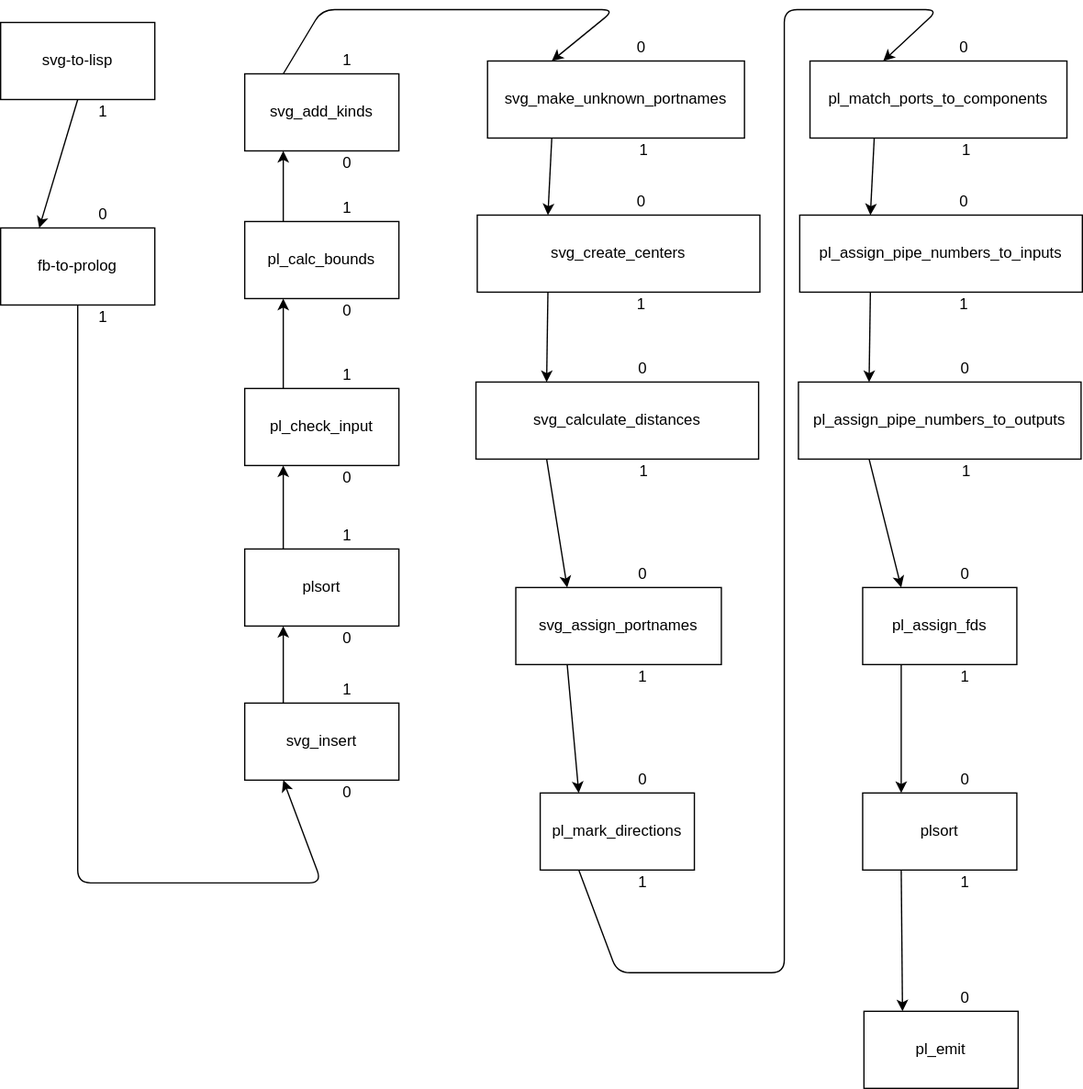
bmfbp/bmfbp keeps this draw.io diagram as svg/svg_compiler.svg. Above is the earlier version. Source tidied: cells renumbered, new cells last; positions are measured from the earlier drawing's top-left corner, leaving out a move shared by most shapes.
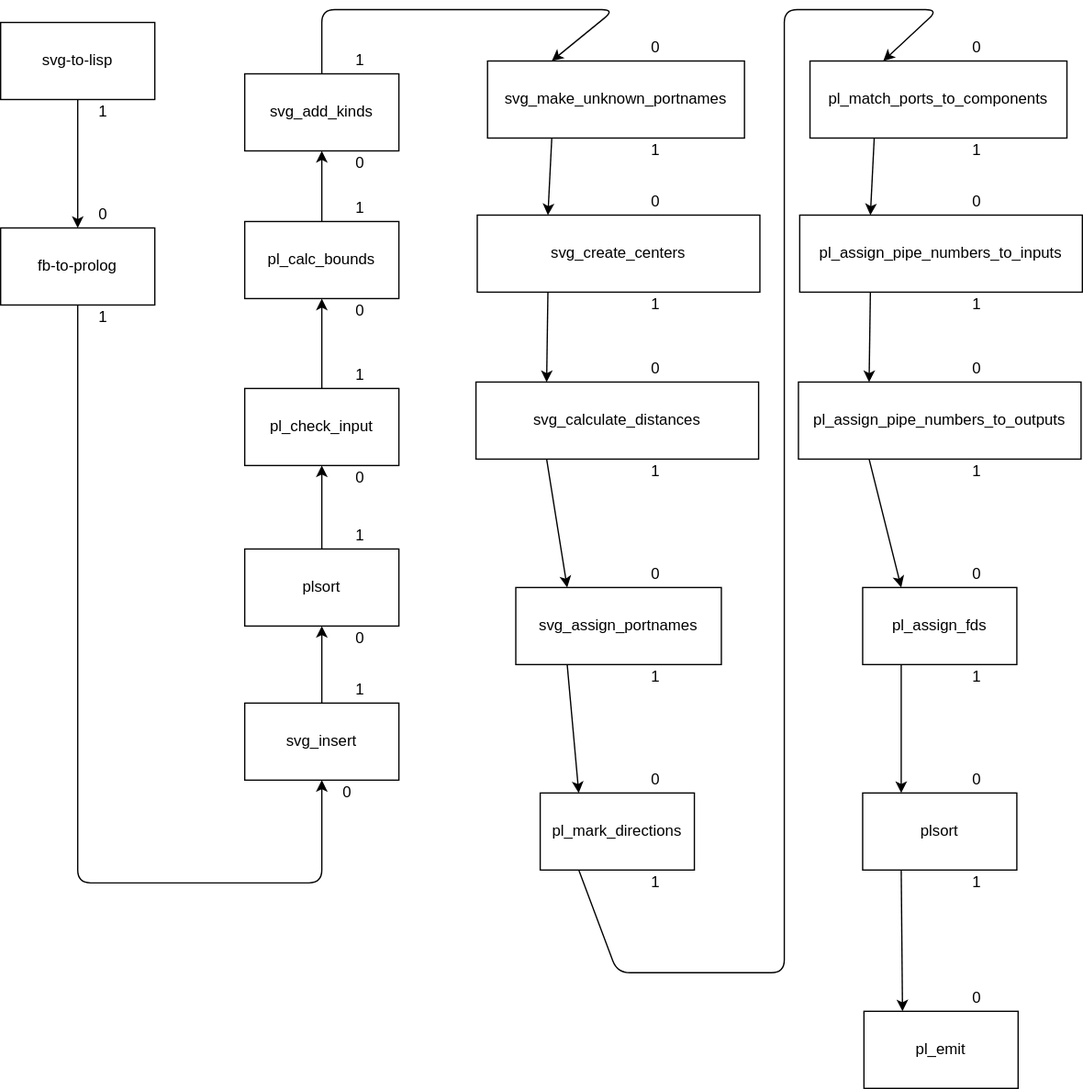
Above is the later version.

Commit message:
wip: modifying diagram to avoid arrow conflicts

Diff of the diagram source:
```diff
@@ -38,43 +38,43 @@
       <mxGeometry relative="1" as="geometry" />
     </mxCell>
     <mxCell id="13" value="1" style="text;strokeColor=none;fillColor=none;align=center;verticalAlign=middle;rounded=0;" parent="1" vertex="1">
-      <mxGeometry x="250" y="145" width="40" height="20" as="geometry" />
+      <mxGeometry x="260" y="145" width="40" height="20" as="geometry" />
     </mxCell>
     <mxCell id="14" value="0" style="text;strokeColor=none;fillColor=none;align=center;verticalAlign=middle;rounded=0;" parent="1" vertex="1">
-      <mxGeometry x="479" y="20" width="40" height="20" as="geometry" />
+      <mxGeometry x="490" y="20" width="40" height="20" as="geometry" />
     </mxCell>
     <mxCell id="15" value="1" style="text;strokeColor=none;fillColor=none;align=center;verticalAlign=middle;rounded=0;" parent="1" vertex="1">
-      <mxGeometry x="250" y="520" width="40" height="20" as="geometry" />
+      <mxGeometry x="260" y="520" width="40" height="20" as="geometry" />
     </mxCell>
     <mxCell id="16" value="0" style="text;strokeColor=none;fillColor=none;align=center;verticalAlign=middle;rounded=0;" parent="1" vertex="1">
-      <mxGeometry x="479" y="140" width="40" height="20" as="geometry" />
+      <mxGeometry x="490" y="140" width="40" height="20" as="geometry" />
     </mxCell>
     <mxCell id="17" value="0" style="text;strokeColor=none;fillColor=none;align=center;verticalAlign=middle;rounded=0;" parent="1" vertex="1">
-      <mxGeometry x="480" y="270" width="40" height="20" as="geometry" />
+      <mxGeometry x="490" y="270" width="40" height="20" as="geometry" />
     </mxCell>
     <mxCell id="18" value="0" style="text;strokeColor=none;fillColor=none;align=center;verticalAlign=middle;rounded=0;" parent="1" vertex="1">
-      <mxGeometry x="480" y="430" width="40" height="20" as="geometry" />
+      <mxGeometry x="490" y="430" width="40" height="20" as="geometry" />
     </mxCell>
     <mxCell id="19" value="0" style="text;strokeColor=none;fillColor=none;align=center;verticalAlign=middle;rounded=0;" parent="1" vertex="1">
-      <mxGeometry x="480" y="590" width="40" height="20" as="geometry" />
+      <mxGeometry x="490" y="590" width="40" height="20" as="geometry" />
     </mxCell>
     <mxCell id="20" value="1" style="text;strokeColor=none;fillColor=none;align=center;verticalAlign=middle;rounded=0;" parent="1" vertex="1">
-      <mxGeometry x="481" y="350" width="40" height="20" as="geometry" />
+      <mxGeometry x="490" y="350" width="40" height="20" as="geometry" />
     </mxCell>
     <mxCell id="21" value="1" style="text;strokeColor=none;fillColor=none;align=center;verticalAlign=middle;rounded=0;" parent="1" vertex="1">
       <mxGeometry x="60" y="70" width="40" height="20" as="geometry" />
     </mxCell>
     <mxCell id="22" value="0" style="text;strokeColor=none;fillColor=none;align=center;verticalAlign=middle;rounded=0;" parent="1" vertex="1">
-      <mxGeometry x="250" y="225" width="40" height="20" as="geometry" />
+      <mxGeometry x="260" y="225" width="40" height="20" as="geometry" />
     </mxCell>
     <mxCell id="23" value="1" style="text;strokeColor=none;fillColor=none;align=center;verticalAlign=middle;rounded=0;" parent="1" vertex="1">
-      <mxGeometry x="479" y="220" width="40" height="20" as="geometry" />
+      <mxGeometry x="490" y="220" width="40" height="20" as="geometry" />
     </mxCell>
     <mxCell id="24" value="1" style="text;strokeColor=none;fillColor=none;align=center;verticalAlign=middle;rounded=0;" parent="1" vertex="1">
-      <mxGeometry x="480" y="510" width="40" height="20" as="geometry" />
+      <mxGeometry x="490" y="510" width="40" height="20" as="geometry" />
     </mxCell>
     <mxCell id="25" value="1" style="text;strokeColor=none;fillColor=none;align=center;verticalAlign=middle;rounded=0;" parent="1" vertex="1">
-      <mxGeometry x="481" y="100" width="40" height="20" as="geometry" />
+      <mxGeometry x="490" y="100" width="40" height="20" as="geometry" />
     </mxCell>
     <mxCell id="26" value="0" style="text;strokeColor=none;fillColor=none;align=center;verticalAlign=middle;rounded=0;" parent="1" vertex="1">
       <mxGeometry x="250" y="600" width="40" height="20" as="geometry" />
@@ -86,19 +86,19 @@
       <mxGeometry x="190" y="420" width="120" height="60" as="geometry" />
     </mxCell>
     <mxCell id="29" value="1" style="text;strokeColor=none;fillColor=none;align=center;verticalAlign=middle;rounded=0;" parent="1" vertex="1">
-      <mxGeometry x="250" y="400" width="40" height="20" as="geometry" />
+      <mxGeometry x="260" y="400" width="40" height="20" as="geometry" />
     </mxCell>
     <mxCell id="30" value="0" style="text;strokeColor=none;fillColor=none;align=center;verticalAlign=middle;rounded=0;" parent="1" vertex="1">
-      <mxGeometry x="250" y="355" width="40" height="20" as="geometry" />
+      <mxGeometry x="260" y="355" width="40" height="20" as="geometry" />
     </mxCell>
     <mxCell id="31" value="0" style="text;strokeColor=none;fillColor=none;align=center;verticalAlign=middle;rounded=0;" parent="1" vertex="1">
-      <mxGeometry x="250" y="480" width="40" height="20" as="geometry" />
+      <mxGeometry x="260" y="480" width="40" height="20" as="geometry" />
     </mxCell>
     <mxCell id="32" value="1" style="text;strokeColor=none;fillColor=none;align=center;verticalAlign=middle;rounded=0;" parent="1" vertex="1">
-      <mxGeometry x="250" y="275" width="40" height="20" as="geometry" />
+      <mxGeometry x="260" y="275" width="40" height="20" as="geometry" />
     </mxCell>
     <mxCell id="33" value="1" style="text;strokeColor=none;fillColor=none;align=center;verticalAlign=middle;rounded=0;" parent="1" vertex="1">
-      <mxGeometry x="480" y="670" width="40" height="20" as="geometry" />
+      <mxGeometry x="490" y="670" width="40" height="20" as="geometry" />
     </mxCell>
     <mxCell id="34" value="fb-to-prolog" style="rounded=0;" parent="1" vertex="1">
       <mxGeometry y="170" width="120" height="60" as="geometry" />
@@ -113,9 +113,9 @@
       <mxGeometry x="60" y="230" width="40" height="20" as="geometry" />
     </mxCell>
     <mxCell id="38" value="0" style="text;strokeColor=none;fillColor=none;align=center;verticalAlign=middle;rounded=0;" parent="1" vertex="1">
-      <mxGeometry x="250" y="110" width="40" height="20" as="geometry" />
+      <mxGeometry x="260" y="110" width="40" height="20" as="geometry" />
     </mxCell>
-    <mxCell id="39" style="endArrow=classic;html=1;exitX=0.5;exitY=1;entryX=0.25;entryY=0;" parent="1" edge="1" source="2" target="34">
+    <mxCell id="39" style="endArrow=classic;html=1;exitX=0.5;exitY=1;entryX=0.5;entryY=0;" parent="1" edge="1" source="2" target="34">
       <mxGeometry relative="1" as="geometry" />
     </mxCell>
     <mxCell id="40" value="pl_match_ports_to_components" style="rounded=0;" parent="1" vertex="1">
@@ -143,31 +143,31 @@
       <mxGeometry relative="1" as="geometry" />
     </mxCell>
     <mxCell id="48" value="0" style="text;strokeColor=none;fillColor=none;align=center;verticalAlign=middle;rounded=0;" parent="1" vertex="1">
-      <mxGeometry x="730" y="20" width="40" height="20" as="geometry" />
+      <mxGeometry x="740" y="20" width="40" height="20" as="geometry" />
     </mxCell>
     <mxCell id="49" value="0" style="text;strokeColor=none;fillColor=none;align=center;verticalAlign=middle;rounded=0;" parent="1" vertex="1">
-      <mxGeometry x="730" y="140" width="40" height="20" as="geometry" />
+      <mxGeometry x="740" y="140" width="40" height="20" as="geometry" />
     </mxCell>
     <mxCell id="50" value="0" style="text;strokeColor=none;fillColor=none;align=center;verticalAlign=middle;rounded=0;" parent="1" vertex="1">
-      <mxGeometry x="731" y="270" width="40" height="20" as="geometry" />
+      <mxGeometry x="740" y="270" width="40" height="20" as="geometry" />
     </mxCell>
     <mxCell id="51" value="0" style="text;strokeColor=none;fillColor=none;align=center;verticalAlign=middle;rounded=0;" parent="1" vertex="1">
-      <mxGeometry x="731" y="430" width="40" height="20" as="geometry" />
+      <mxGeometry x="740" y="430" width="40" height="20" as="geometry" />
     </mxCell>
     <mxCell id="52" value="0" style="text;strokeColor=none;fillColor=none;align=center;verticalAlign=middle;rounded=0;" parent="1" vertex="1">
-      <mxGeometry x="731" y="590" width="40" height="20" as="geometry" />
+      <mxGeometry x="740" y="590" width="40" height="20" as="geometry" />
     </mxCell>
     <mxCell id="53" value="1" style="text;strokeColor=none;fillColor=none;align=center;verticalAlign=middle;rounded=0;" parent="1" vertex="1">
-      <mxGeometry x="732" y="350" width="40" height="20" as="geometry" />
+      <mxGeometry x="740" y="350" width="40" height="20" as="geometry" />
     </mxCell>
     <mxCell id="54" value="1" style="text;strokeColor=none;fillColor=none;align=center;verticalAlign=middle;rounded=0;" parent="1" vertex="1">
-      <mxGeometry x="730" y="220" width="40" height="20" as="geometry" />
+      <mxGeometry x="740" y="220" width="40" height="20" as="geometry" />
     </mxCell>
     <mxCell id="55" value="1" style="text;strokeColor=none;fillColor=none;align=center;verticalAlign=middle;rounded=0;" parent="1" vertex="1">
-      <mxGeometry x="731" y="510" width="40" height="20" as="geometry" />
+      <mxGeometry x="740" y="510" width="40" height="20" as="geometry" />
     </mxCell>
     <mxCell id="56" value="1" style="text;strokeColor=none;fillColor=none;align=center;verticalAlign=middle;rounded=0;" parent="1" vertex="1">
-      <mxGeometry x="732" y="100" width="40" height="20" as="geometry" />
+      <mxGeometry x="740" y="100" width="40" height="20" as="geometry" />
     </mxCell>
     <mxCell id="57" value="pl_emit" style="rounded=0;" parent="1" vertex="1">
       <mxGeometry x="672" y="780" width="120" height="60" as="geometry" />
@@ -176,15 +176,15 @@
       <mxGeometry relative="1" as="geometry" />
     </mxCell>
     <mxCell id="59" value="1" style="text;strokeColor=none;fillColor=none;align=center;verticalAlign=middle;rounded=0;" parent="1" vertex="1">
-      <mxGeometry x="731" y="670" width="40" height="20" as="geometry" />
+      <mxGeometry x="740" y="670" width="40" height="20" as="geometry" />
     </mxCell>
     <mxCell id="60" value="0" style="text;strokeColor=none;fillColor=none;align=center;verticalAlign=middle;rounded=0;" parent="1" vertex="1">
-      <mxGeometry x="731" y="760" width="40" height="20" as="geometry" />
+      <mxGeometry x="740" y="760" width="40" height="20" as="geometry" />
     </mxCell>
     <mxCell id="61" value="1" style="text;strokeColor=none;fillColor=none;align=center;verticalAlign=middle;rounded=0;" parent="1" vertex="1">
-      <mxGeometry x="250" y="30" width="40" height="20" as="geometry" />
+      <mxGeometry x="260" y="30" width="40" height="20" as="geometry" />
     </mxCell>
-    <mxCell id="62" style="endArrow=classic;html=1;entryX=0.25;entryY=1;exitX=0.5;exitY=1;" parent="1" edge="1" source="34" target="4">
+    <mxCell id="62" style="endArrow=classic;html=1;entryX=0.5;entryY=1;exitX=0.5;exitY=1;" parent="1" edge="1" source="34" target="4">
       <mxGeometry relative="1" as="geometry">
         <Array as="points">
           <mxPoint x="60" y="680" />
@@ -192,7 +192,7 @@
         </Array>
       </mxGeometry>
     </mxCell>
-    <mxCell id="63" style="endArrow=classic;html=1;exitX=0.25;exitY=0;entryX=0.25;entryY=0;" parent="1" edge="1" source="35" target="5">
+    <mxCell id="63" style="endArrow=classic;html=1;exitX=0.5;exitY=0;entryX=0.25;entryY=0;" parent="1" edge="1" source="35" target="5">
       <mxGeometry relative="1" as="geometry">
         <Array as="points">
           <mxPoint x="250" />
@@ -216,16 +216,16 @@
     <mxCell id="66" style="endArrow=classic;html=1;entryX=0.25;entryY=0;exitX=0.25;exitY=1;" parent="1" edge="1" source="40" target="41">
       <mxGeometry relative="1" as="geometry" />
     </mxCell>
-    <mxCell id="67" style="endArrow=classic;html=1;exitX=0.25;exitY=0;entryX=0.25;entryY=1;" parent="1" edge="1" source="27" target="3">
+    <mxCell id="67" style="endArrow=classic;html=1;exitX=0.5;exitY=0;entryX=0.5;entryY=1;" parent="1" edge="1" source="27" target="3">
       <mxGeometry relative="1" as="geometry" />
     </mxCell>
-    <mxCell id="68" style="endArrow=classic;html=1;entryX=0.25;entryY=1;exitX=0.25;exitY=0;" parent="1" edge="1" source="28" target="27">
+    <mxCell id="68" style="endArrow=classic;html=1;entryX=0.5;entryY=1;exitX=0.5;exitY=0;" parent="1" edge="1" source="28" target="27">
       <mxGeometry relative="1" as="geometry" />
     </mxCell>
-    <mxCell id="69" style="endArrow=classic;html=1;entryX=0.25;entryY=1;exitX=0.25;exitY=0;" parent="1" edge="1" source="4" target="28">
+    <mxCell id="69" style="endArrow=classic;html=1;entryX=0.5;entryY=1;exitX=0.5;exitY=0;" parent="1" edge="1" source="4" target="28">
       <mxGeometry relative="1" as="geometry" />
     </mxCell>
-    <mxCell id="70" style="endArrow=classic;html=1;entryX=0.25;entryY=1;exitX=0.25;exitY=0;" parent="1" edge="1" source="3" target="35">
+    <mxCell id="70" style="endArrow=classic;html=1;entryX=0.5;entryY=1;exitX=0.5;exitY=0;" parent="1" edge="1" source="3" target="35">
       <mxGeometry relative="1" as="geometry" />
     </mxCell>
   </root>
```
